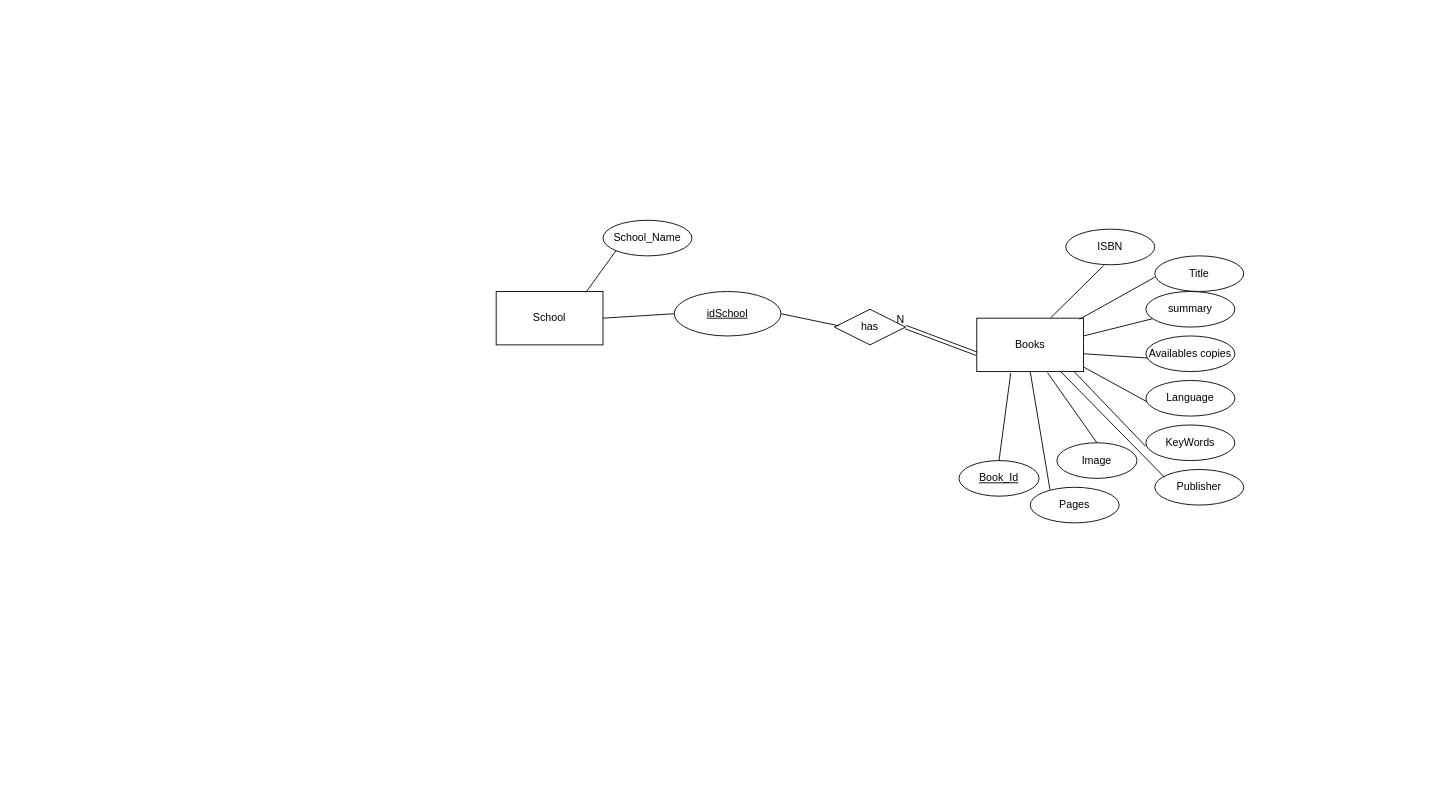
Above: Diagrams/ER.drawio in epadouros024/Database-Project-2023 (draw.io), before the change. Source tidied: cells renumbered, new cells numbered last; positions are measured from the earlier drawing's top-left corner, leaving out a move shared by most shapes. Both pictures are drawn from the tidied source at 89%, with x=0, y=0 at pixel (496, 220).
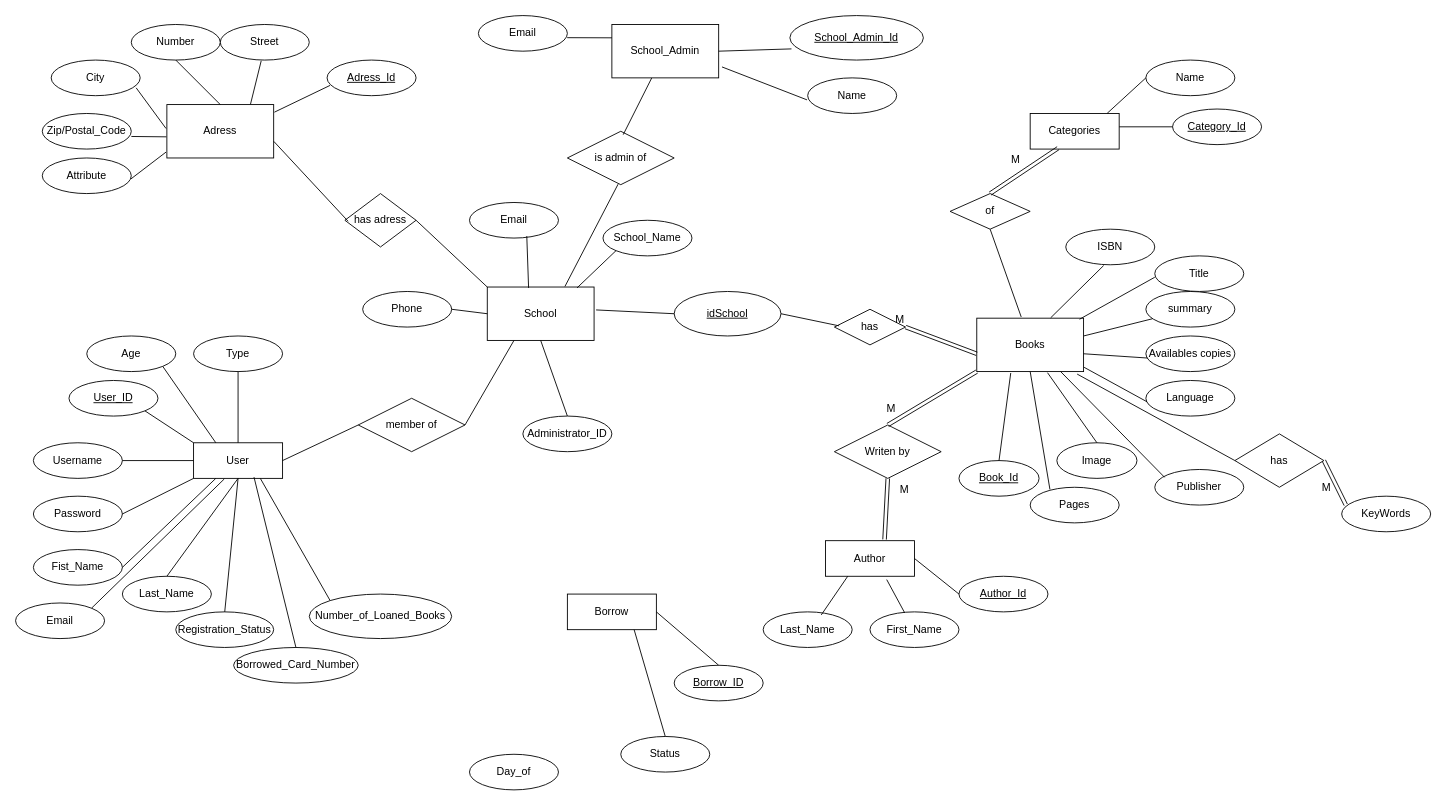
The same page after the edit.

Unchanged cells that the change refers to:
```xml
<mxCell id="3" value="Books" style="rounded=0;whiteSpace=wrap;html=1;" parent="1" vertex="1">
  <mxGeometry x="540" y="110" width="120" height="60" as="geometry" />
</mxCell>
<mxCell id="24" value="&lt;u&gt;idSchool&lt;/u&gt;" style="ellipse;whiteSpace=wrap;html=1;" parent="1" vertex="1">
  <mxGeometry x="200" y="80" width="120" height="50" as="geometry" />
</mxCell>
<mxCell id="27" style="shape=link;html=1;rounded=0;entryX=1;entryY=0.5;entryDx=0;entryDy=0;exitX=0;exitY=0.667;exitDx=0;exitDy=0;exitPerimeter=0;" parent="1" edge="1" source="3" target="26">
  <mxGeometry relative="1" as="geometry" />
</mxCell>
```

What changed in the source:
```diff
@@
     <mxCell id="9" value="KeyWords" style="ellipse;whiteSpace=wrap;html=1;" parent="1" vertex="1">
-      <mxGeometry x="730" y="230" width="100" height="40" as="geometry" />
+      <mxGeometry x="950" y="310" width="100" height="40" as="geometry" />
     </mxCell>
-    <mxCell id="10" style="endArrow=none;html=1;rounded=0;entryX=-0.002;entryY=0.6;entryDx=0;entryDy=0;entryPerimeter=0;exitX=0.908;exitY=0.993;exitDx=0;exitDy=0;exitPerimeter=0;" parent="1" edge="1" source="3" target="9">
-      <mxGeometry relative="1" as="geometry" />
-    </mxCell>
@@
     <mxCell id="23" value="School" style="rounded=0;whiteSpace=wrap;html=1;" parent="1" vertex="1">
-      <mxGeometry y="80" width="120" height="60" as="geometry" />
+      <mxGeometry x="-10" y="75" width="120" height="60" as="geometry" />
     </mxCell>
@@
-    <mxCell id="25" style="endArrow=none;html=1;rounded=0;entryX=0;entryY=0.5;entryDx=0;entryDy=0;" parent="1" edge="1" target="24">
-      <mxGeometry relative="1" as="geometry">
-        <mxPoint x="120" y="110" as="sourcePoint" />
-      </mxGeometry>
+    <mxCell id="25" style="endArrow=none;html=1;rounded=0;entryX=0;entryY=0.5;entryDx=0;entryDy=0;exitX=1.019;exitY=0.429;exitDx=0;exitDy=0;exitPerimeter=0;" parent="1" edge="1" source="23" target="24">
+      <mxGeometry relative="1" as="geometry" />
     </mxCell>
@@
-    <mxCell id="28" value="N" style="html=1;whiteSpace=wrap;align=right;verticalAlign=bottom;" parent="27" vertex="1">
+    <mxCell id="28" value="M" style="html=1;whiteSpace=wrap;align=right;verticalAlign=bottom;" parent="27" vertex="1">
       <mxGeometry x="1" relative="1" as="geometry" />
     </mxCell>
@@
+    <mxCell id="32" value="Phone" style="ellipse;whiteSpace=wrap;html=1;align=center;" parent="1" vertex="1">
+      <mxGeometry x="-150" y="80" width="100" height="40" as="geometry" />
+    </mxCell>
+    <mxCell id="33" style="endArrow=none;html=1;rounded=0;entryX=1;entryY=0.5;entryDx=0;entryDy=0;exitX=0;exitY=0.5;exitDx=0;exitDy=0;" parent="1" edge="1" source="23" target="32">
+      <mxGeometry relative="1" as="geometry" />
+    </mxCell>
+    <mxCell id="34" value="Email" style="ellipse;whiteSpace=wrap;html=1;align=center;" parent="1" vertex="1">
+      <mxGeometry x="-30" y="-20" width="100" height="40" as="geometry" />
+    </mxCell>
+    <mxCell id="35" style="endArrow=none;html=1;rounded=0;entryX=0.644;entryY=0.945;entryDx=0;entryDy=0;entryPerimeter=0;exitX=0.387;exitY=0.017;exitDx=0;exitDy=0;exitPerimeter=0;" parent="1" edge="1" source="23" target="34">
+      <mxGeometry relative="1" as="geometry" />
+    </mxCell>
+    <mxCell id="36" style="endArrow=none;html=1;rounded=0;entryX=0.5;entryY=1;entryDx=0;entryDy=0;exitX=0.5;exitY=0;exitDx=0;exitDy=0;" parent="1" edge="1" source="37" target="23">
+      <mxGeometry relative="1" as="geometry" />
+    </mxCell>
+    <mxCell id="37" value="Administrator_ID" style="ellipse;whiteSpace=wrap;html=1;align=center;" parent="1" vertex="1">
+      <mxGeometry x="30" y="220" width="100" height="40" as="geometry" />
+    </mxCell>
+    <mxCell id="38" value="Adress" style="rounded=0;whiteSpace=wrap;html=1;" parent="1" vertex="1">
+      <mxGeometry x="-370" y="-130" width="120" height="60" as="geometry" />
+    </mxCell>
+    <mxCell id="39" value="has adress" style="rhombus;whiteSpace=wrap;html=1;" parent="1" vertex="1">
+      <mxGeometry x="-170" y="-30" width="80" height="60" as="geometry" />
+    </mxCell>
+    <mxCell id="40" style="endArrow=none;html=1;rounded=0;entryX=0;entryY=0;entryDx=0;entryDy=0;exitX=1;exitY=0.5;exitDx=0;exitDy=0;" parent="1" edge="1" source="39" target="23">
+      <mxGeometry relative="1" as="geometry" />
+    </mxCell>
+    <mxCell id="41" style="endArrow=none;html=1;rounded=0;entryX=0.045;entryY=0.518;entryDx=0;entryDy=0;entryPerimeter=0;exitX=1.001;exitY=0.689;exitDx=0;exitDy=0;exitPerimeter=0;" parent="1" edge="1" source="38" target="39">
+      <mxGeometry relative="1" as="geometry" />
+    </mxCell>
+    <mxCell id="42" value="Adress_Id" style="ellipse;whiteSpace=wrap;html=1;align=center;fontStyle=4;" parent="1" vertex="1">
+      <mxGeometry x="-190" y="-180" width="100" height="40" as="geometry" />
+    </mxCell>
+    <mxCell id="43" style="endArrow=none;html=1;rounded=0;entryX=0.033;entryY=0.712;entryDx=0;entryDy=0;entryPerimeter=0;exitX=1.007;exitY=0.142;exitDx=0;exitDy=0;exitPerimeter=0;" parent="1" edge="1" source="38" target="42">
+      <mxGeometry relative="1" as="geometry" />
+    </mxCell>
+    <mxCell id="44" value="Street" style="ellipse;whiteSpace=wrap;html=1;align=center;" parent="1" vertex="1">
+      <mxGeometry x="-310" y="-220" width="100" height="40" as="geometry" />
+    </mxCell>
+    <mxCell id="45" style="endArrow=none;html=1;rounded=0;entryX=0.46;entryY=1.02;entryDx=0;entryDy=0;entryPerimeter=0;exitX=0.783;exitY=-0.007;exitDx=0;exitDy=0;exitPerimeter=0;" parent="1" edge="1" source="38" target="44">
+      <mxGeometry relative="1" as="geometry" />
+    </mxCell>
+    <mxCell id="46" value="Number" style="ellipse;whiteSpace=wrap;html=1;align=center;" parent="1" vertex="1">
+      <mxGeometry x="-410" y="-220" width="100" height="40" as="geometry" />
+    </mxCell>
+    <mxCell id="47" style="endArrow=none;html=1;rounded=0;exitX=1.001;exitY=0.646;exitDx=0;exitDy=0;exitPerimeter=0;entryX=-0.004;entryY=0.604;entryDx=0;entryDy=0;entryPerimeter=0;" parent="1" edge="1" source="51" target="38">
+      <mxGeometry relative="1" as="geometry" />
+    </mxCell>
+    <mxCell id="48" style="endArrow=none;html=1;rounded=0;entryX=0.5;entryY=1;entryDx=0;entryDy=0;exitX=0.5;exitY=0;exitDx=0;exitDy=0;" parent="1" edge="1" source="38" target="46">
+      <mxGeometry relative="1" as="geometry" />
+    </mxCell>
+    <mxCell id="49" value="City" style="ellipse;whiteSpace=wrap;html=1;align=center;" parent="1" vertex="1">
+      <mxGeometry x="-500" y="-180" width="100" height="40" as="geometry" />
+    </mxCell>
+    <mxCell id="50" style="endArrow=none;html=1;rounded=0;entryX=-0.008;entryY=0.448;entryDx=0;entryDy=0;entryPerimeter=0;exitX=0.955;exitY=0.78;exitDx=0;exitDy=0;exitPerimeter=0;" parent="1" edge="1" source="49" target="38">
+      <mxGeometry relative="1" as="geometry" />
+    </mxCell>
+    <mxCell id="51" value="Zip/Postal_Code" style="ellipse;whiteSpace=wrap;html=1;align=center;" parent="1" vertex="1">
+      <mxGeometry x="-510" y="-120" width="100" height="40" as="geometry" />
+    </mxCell>
+    <mxCell id="52" value="Attribute" style="ellipse;whiteSpace=wrap;html=1;align=center;" parent="1" vertex="1">
+      <mxGeometry x="-510" y="-70" width="100" height="40" as="geometry" />
+    </mxCell>
+    <mxCell id="53" style="endArrow=none;html=1;rounded=0;exitX=0.997;exitY=0.587;exitDx=0;exitDy=0;exitPerimeter=0;entryX=-0.008;entryY=0.89;entryDx=0;entryDy=0;entryPerimeter=0;" parent="1" edge="1" source="52" target="38">
+      <mxGeometry relative="1" as="geometry" />
+    </mxCell>
+    <mxCell id="54" value="School_Admin" style="rounded=0;whiteSpace=wrap;html=1;" parent="1" vertex="1">
+      <mxGeometry x="130" y="-220" width="120" height="60" as="geometry" />
+    </mxCell>
+    <mxCell id="55" value="School_Admin_Id" style="ellipse;whiteSpace=wrap;html=1;align=center;fontStyle=4;" parent="1" vertex="1">
+      <mxGeometry x="330" y="-230" width="150" height="50" as="geometry" />
+    </mxCell>
+    <mxCell id="56" style="endArrow=none;html=1;rounded=0;entryX=0.012;entryY=0.749;entryDx=0;entryDy=0;entryPerimeter=0;exitX=1;exitY=0.5;exitDx=0;exitDy=0;" parent="1" edge="1" source="54" target="55">
+      <mxGeometry relative="1" as="geometry" />
+    </mxCell>
+    <mxCell id="57" value="Name" style="ellipse;whiteSpace=wrap;html=1;align=center;" parent="1" vertex="1">
+      <mxGeometry x="350" y="-160" width="100" height="40" as="geometry" />
+    </mxCell>
+    <mxCell id="58" value="Email" style="ellipse;whiteSpace=wrap;html=1;align=center;" parent="1" vertex="1">
+      <mxGeometry x="-20" y="-230" width="100" height="40" as="geometry" />
+    </mxCell>
+    <mxCell id="59" style="endArrow=none;html=1;rounded=0;exitX=0.998;exitY=0.621;exitDx=0;exitDy=0;exitPerimeter=0;entryX=0;entryY=0.25;entryDx=0;entryDy=0;" parent="1" edge="1" source="58" target="54">
+      <mxGeometry relative="1" as="geometry" />
+    </mxCell>
+    <mxCell id="60" style="endArrow=none;html=1;rounded=0;entryX=-0.007;entryY=0.618;entryDx=0;entryDy=0;entryPerimeter=0;exitX=1.031;exitY=0.795;exitDx=0;exitDy=0;exitPerimeter=0;" parent="1" edge="1" source="54" target="57">
+      <mxGeometry relative="1" as="geometry" />
+    </mxCell>
+    <mxCell id="61" value="is admin of" style="shape=rhombus;perimeter=rhombusPerimeter;whiteSpace=wrap;html=1;align=center;" parent="1" vertex="1">
+      <mxGeometry x="80" y="-100" width="120" height="60" as="geometry" />
+    </mxCell>
+    <mxCell id="62" style="endArrow=none;html=1;rounded=0;entryX=0.373;entryY=1.002;entryDx=0;entryDy=0;entryPerimeter=0;exitX=0.523;exitY=0.063;exitDx=0;exitDy=0;exitPerimeter=0;" parent="1" edge="1" source="61" target="54">
+      <mxGeometry relative="1" as="geometry" />
+    </mxCell>
+    <mxCell id="63" style="endArrow=none;html=1;rounded=0;entryX=0.727;entryY=-0.01;entryDx=0;entryDy=0;entryPerimeter=0;exitX=0.475;exitY=0.99;exitDx=0;exitDy=0;exitPerimeter=0;" parent="1" edge="1" source="61" target="23">
+      <mxGeometry relative="1" as="geometry" />
+    </mxCell>
+    <mxCell id="64" value="Author" style="whiteSpace=wrap;html=1;align=center;" parent="1" vertex="1">
+      <mxGeometry x="370" y="360" width="100" height="40" as="geometry" />
+    </mxCell>
+    <mxCell id="65" value="Author_Id" style="ellipse;whiteSpace=wrap;html=1;align=center;fontStyle=4;" parent="1" vertex="1">
+      <mxGeometry x="520" y="400" width="100" height="40" as="geometry" />
+    </mxCell>
+    <mxCell id="66" style="endArrow=none;html=1;rounded=0;exitX=1;exitY=0.5;exitDx=0;exitDy=0;entryX=0;entryY=0.5;entryDx=0;entryDy=0;" parent="1" edge="1" source="64" target="65">
+      <mxGeometry relative="1" as="geometry" />
+    </mxCell>
+    <mxCell id="67" value="Writen by" style="shape=rhombus;perimeter=rhombusPerimeter;whiteSpace=wrap;html=1;align=center;" parent="1" vertex="1">
+      <mxGeometry x="380" y="230" width="120" height="60" as="geometry" />
+    </mxCell>
+    <mxCell id="68" style="shape=link;html=1;rounded=0;entryX=0.5;entryY=0;entryDx=0;entryDy=0;exitX=0;exitY=1;exitDx=0;exitDy=0;" parent="1" edge="1" source="3" target="67">
+      <mxGeometry relative="1" as="geometry" />
+    </mxCell>
+    <mxCell id="69" value="M" style="html=1;whiteSpace=wrap;align=right;verticalAlign=bottom;" parent="68" vertex="1">
+      <mxGeometry x="1" relative="1" as="geometry">
+        <mxPoint x="10" y="-10" as="offset" />
+      </mxGeometry>
+    </mxCell>
+    <mxCell id="70" style="shape=link;html=1;rounded=0;entryX=0.5;entryY=1;entryDx=0;entryDy=0;exitX=0.664;exitY=-0.033;exitDx=0;exitDy=0;exitPerimeter=0;" parent="1" edge="1" source="64" target="67">
+      <mxGeometry relative="1" as="geometry" />
+    </mxCell>
+    <mxCell id="71" value="M" style="html=1;whiteSpace=wrap;align=right;verticalAlign=bottom;" parent="70" vertex="1">
+      <mxGeometry x="1" relative="1" as="geometry">
+        <mxPoint x="25" y="21" as="offset" />
+      </mxGeometry>
+    </mxCell>
+    <mxCell id="72" value="First_Name" style="ellipse;whiteSpace=wrap;html=1;align=center;" parent="1" vertex="1">
+      <mxGeometry x="420" y="440" width="100" height="40" as="geometry" />
+    </mxCell>
+    <mxCell id="73" style="endArrow=none;html=1;rounded=0;entryX=0.39;entryY=0.026;entryDx=0;entryDy=0;entryPerimeter=0;exitX=0.688;exitY=1.093;exitDx=0;exitDy=0;exitPerimeter=0;" parent="1" edge="1" source="64" target="72">
+      <mxGeometry relative="1" as="geometry" />
+    </mxCell>
+    <mxCell id="74" value="Last_Name" style="ellipse;whiteSpace=wrap;html=1;align=center;" parent="1" vertex="1">
+      <mxGeometry x="300" y="440" width="100" height="40" as="geometry" />
+    </mxCell>
+    <mxCell id="75" style="endArrow=none;html=1;rounded=0;entryX=0.25;entryY=1;entryDx=0;entryDy=0;exitX=0.653;exitY=0.085;exitDx=0;exitDy=0;exitPerimeter=0;" parent="1" edge="1" source="74" target="64">
+      <mxGeometry relative="1" as="geometry" />
+    </mxCell>
+    <mxCell id="76" value="Categories" style="whiteSpace=wrap;html=1;align=center;" parent="1" vertex="1">
+      <mxGeometry x="600" y="-120" width="100" height="40" as="geometry" />
+    </mxCell>
+    <mxCell id="77" value="&lt;u&gt;Category_Id&lt;/u&gt;" style="ellipse;whiteSpace=wrap;html=1;align=center;" parent="1" vertex="1">
+      <mxGeometry x="760" y="-125" width="100" height="40" as="geometry" />
+    </mxCell>
+    <mxCell id="78" style="line;strokeWidth=1;dashed=0;labelPosition=right;align=left;verticalAlign=middle;spacingTop=0;spacingLeft=6;" parent="1" vertex="1">
+      <mxGeometry x="700" y="-110" width="60" height="10" as="geometry" />
+    </mxCell>
+    <mxCell id="79" value="Name" style="ellipse;whiteSpace=wrap;html=1;align=center;" parent="1" vertex="1">
+      <mxGeometry x="730" y="-180" width="100" height="40" as="geometry" />
+    </mxCell>
+    <mxCell id="80" style="endArrow=none;html=1;rounded=0;entryX=0;entryY=0.5;entryDx=0;entryDy=0;exitX=0.865;exitY=-0.004;exitDx=0;exitDy=0;exitPerimeter=0;" parent="1" edge="1" source="76" target="79">
+      <mxGeometry relative="1" as="geometry" />
+    </mxCell>
+    <mxCell id="81" style="endArrow=none;html=1;rounded=0;entryX=0.416;entryY=-0.023;entryDx=0;entryDy=0;entryPerimeter=0;exitX=0.5;exitY=1;exitDx=0;exitDy=0;" parent="1" edge="1" source="82" target="3">
+      <mxGeometry relative="1" as="geometry" />
+    </mxCell>
+    <mxCell id="82" value="of" style="shape=rhombus;perimeter=rhombusPerimeter;whiteSpace=wrap;html=1;align=center;" parent="1" vertex="1">
+      <mxGeometry x="510" y="-30" width="90" height="40" as="geometry" />
+    </mxCell>
+    <mxCell id="83" style="shape=link;html=1;rounded=0;entryX=0.314;entryY=0.974;entryDx=0;entryDy=0;entryPerimeter=0;exitX=0.5;exitY=0;exitDx=0;exitDy=0;" parent="1" edge="1" source="82" target="76">
+      <mxGeometry relative="1" as="geometry" />
+    </mxCell>
+    <mxCell id="84" value="M" style="html=1;whiteSpace=wrap;align=right;verticalAlign=bottom;" parent="83" vertex="1">
+      <mxGeometry x="1" relative="1" as="geometry">
+        <mxPoint x="-41" y="21" as="offset" />
+      </mxGeometry>
+    </mxCell>
+    <mxCell id="85" style="endArrow=none;html=1;rounded=0;exitX=0.94;exitY=1.047;exitDx=0;exitDy=0;exitPerimeter=0;entryX=0;entryY=0.5;entryDx=0;entryDy=0;" parent="1" edge="1" source="3" target="86">
+      <mxGeometry relative="1" as="geometry" />
+    </mxCell>
+    <mxCell id="86" value="has" style="shape=rhombus;perimeter=rhombusPerimeter;whiteSpace=wrap;html=1;align=center;" parent="1" vertex="1">
+      <mxGeometry x="830" y="240" width="100" height="60" as="geometry" />
+    </mxCell>
+    <mxCell id="87" style="shape=link;html=1;rounded=0;exitX=1;exitY=0.5;exitDx=0;exitDy=0;entryX=0.046;entryY=0.243;entryDx=0;entryDy=0;entryPerimeter=0;" parent="1" edge="1" source="86" target="9">
+      <mxGeometry relative="1" as="geometry" />
+    </mxCell>
+    <mxCell id="88" value="M" style="html=1;whiteSpace=wrap;align=right;verticalAlign=bottom;" parent="87" vertex="1">
+      <mxGeometry x="1" relative="1" as="geometry">
+        <mxPoint x="-15" y="-10" as="offset" />
+      </mxGeometry>
+    </mxCell>
+    <mxCell id="89" value="User" style="whiteSpace=wrap;html=1;align=center;" parent="1" vertex="1">
+      <mxGeometry x="-340" y="250" width="100" height="40" as="geometry" />
+    </mxCell>
+    <mxCell id="90" value="User_ID" style="ellipse;whiteSpace=wrap;html=1;align=center;fontStyle=4;" parent="1" vertex="1">
+      <mxGeometry x="-480" y="180" width="100" height="40" as="geometry" />
+    </mxCell>
+    <mxCell id="91" style="endArrow=none;html=1;rounded=0;entryX=0;entryY=0;entryDx=0;entryDy=0;exitX=1;exitY=1;exitDx=0;exitDy=0;" parent="1" edge="1" source="90" target="89">
+      <mxGeometry relative="1" as="geometry" />
+    </mxCell>
+    <mxCell id="92" value="Username" style="ellipse;whiteSpace=wrap;html=1;align=center;" parent="1" vertex="1">
+      <mxGeometry x="-520" y="250" width="100" height="40" as="geometry" />
+    </mxCell>
+    <mxCell id="93" style="endArrow=none;html=1;rounded=0;exitX=1;exitY=0.5;exitDx=0;exitDy=0;entryX=0;entryY=0.5;entryDx=0;entryDy=0;" parent="1" edge="1" source="92" target="89">
+      <mxGeometry relative="1" as="geometry" />
+    </mxCell>
+    <mxCell id="94" value="Password" style="ellipse;whiteSpace=wrap;html=1;align=center;" parent="1" vertex="1">
+      <mxGeometry x="-520" y="310" width="100" height="40" as="geometry" />
+    </mxCell>
+    <mxCell id="95" style="endArrow=none;html=1;rounded=0;exitX=1;exitY=0.5;exitDx=0;exitDy=0;entryX=0;entryY=1;entryDx=0;entryDy=0;" parent="1" edge="1" source="94" target="89">
+      <mxGeometry relative="1" as="geometry" />
+    </mxCell>
+    <mxCell id="96" value="Fist_Name" style="ellipse;whiteSpace=wrap;html=1;align=center;" parent="1" vertex="1">
+      <mxGeometry x="-520" y="370" width="100" height="40" as="geometry" />
+    </mxCell>
+    <mxCell id="97" value="Last_Name" style="ellipse;whiteSpace=wrap;html=1;align=center;" parent="1" vertex="1">
+      <mxGeometry x="-420" y="400" width="100" height="40" as="geometry" />
+    </mxCell>
+    <mxCell id="98" style="endArrow=none;html=1;rounded=0;exitX=1;exitY=0.5;exitDx=0;exitDy=0;entryX=0.25;entryY=1;entryDx=0;entryDy=0;" parent="1" edge="1" source="96" target="89">
+      <mxGeometry relative="1" as="geometry" />
+    </mxCell>
+    <mxCell id="99" style="endArrow=none;html=1;rounded=0;exitX=0.5;exitY=0;exitDx=0;exitDy=0;entryX=0.5;entryY=1;entryDx=0;entryDy=0;" parent="1" edge="1" source="97" target="89">
+      <mxGeometry relative="1" as="geometry" />
+    </mxCell>
+    <mxCell id="100" value="Age" style="ellipse;whiteSpace=wrap;html=1;align=center;" parent="1" vertex="1">
+      <mxGeometry x="-460" y="130" width="100" height="40" as="geometry" />
+    </mxCell>
+    <mxCell id="101" style="endArrow=none;html=1;rounded=0;exitX=0.25;exitY=0;exitDx=0;exitDy=0;entryX=1;entryY=1;entryDx=0;entryDy=0;" parent="1" edge="1" source="89" target="100">
+      <mxGeometry relative="1" as="geometry" />
+    </mxCell>
+    <mxCell id="102" value="Email" style="ellipse;whiteSpace=wrap;html=1;align=center;" parent="1" vertex="1">
+      <mxGeometry x="-540" y="430" width="100" height="40" as="geometry" />
+    </mxCell>
+    <mxCell id="103" style="endArrow=none;html=1;rounded=0;exitX=1;exitY=0;exitDx=0;exitDy=0;entryX=0.345;entryY=1.017;entryDx=0;entryDy=0;entryPerimeter=0;" parent="1" edge="1" source="102" target="89">
+      <mxGeometry relative="1" as="geometry" />
+    </mxCell>
+    <mxCell id="104" value="Registration_Status" style="ellipse;whiteSpace=wrap;html=1;align=center;" parent="1" vertex="1">
+      <mxGeometry x="-360" y="440" width="110" height="40" as="geometry" />
+    </mxCell>
+    <mxCell id="105" style="endArrow=none;html=1;rounded=0;exitX=0.5;exitY=0;exitDx=0;exitDy=0;entryX=0.5;entryY=1;entryDx=0;entryDy=0;" parent="1" edge="1" source="104" target="89">
+      <mxGeometry relative="1" as="geometry" />
+    </mxCell>
+    <mxCell id="106" value="Borrowed_Card_Number" style="ellipse;whiteSpace=wrap;html=1;align=center;" parent="1" vertex="1">
+      <mxGeometry x="-295" y="480" width="140" height="40" as="geometry" />
+    </mxCell>
+    <mxCell id="107" style="endArrow=none;html=1;rounded=0;exitX=0.679;exitY=0.965;exitDx=0;exitDy=0;exitPerimeter=0;entryX=0.5;entryY=0;entryDx=0;entryDy=0;" parent="1" edge="1" source="89" target="106">
+      <mxGeometry relative="1" as="geometry" />
+    </mxCell>
+    <mxCell id="108" style="endArrow=none;html=1;rounded=0;exitX=0;exitY=0;exitDx=0;exitDy=0;entryX=0.75;entryY=1;entryDx=0;entryDy=0;" parent="1" edge="1" source="109" target="89">
+      <mxGeometry relative="1" as="geometry" />
+    </mxCell>
+    <mxCell id="109" value="Number_of_Loaned_Books" style="ellipse;whiteSpace=wrap;html=1;align=center;" parent="1" vertex="1">
+      <mxGeometry x="-210" y="420" width="160" height="50" as="geometry" />
+    </mxCell>
+    <mxCell id="110" value="Type" style="ellipse;whiteSpace=wrap;html=1;align=center;" parent="1" vertex="1">
+      <mxGeometry x="-340" y="130" width="100" height="40" as="geometry" />
+    </mxCell>
+    <mxCell id="111" style="endArrow=none;html=1;rounded=0;exitX=0.5;exitY=1;exitDx=0;exitDy=0;entryX=0.5;entryY=0;entryDx=0;entryDy=0;" parent="1" edge="1" source="110" target="89">
+      <mxGeometry relative="1" as="geometry" />
+    </mxCell>
+    <mxCell id="112" value="member of" style="shape=rhombus;perimeter=rhombusPerimeter;whiteSpace=wrap;html=1;align=center;" parent="1" vertex="1">
+      <mxGeometry x="-155" y="200" width="120" height="60" as="geometry" />
+    </mxCell>
+    <mxCell id="113" style="endArrow=none;html=1;rounded=0;exitX=1;exitY=0.5;exitDx=0;exitDy=0;entryX=0;entryY=0.5;entryDx=0;entryDy=0;" parent="1" edge="1" source="89" target="112">
+      <mxGeometry relative="1" as="geometry" />
+    </mxCell>
+    <mxCell id="114" style="endArrow=none;html=1;rounded=0;exitX=1;exitY=0.5;exitDx=0;exitDy=0;entryX=0.25;entryY=1;entryDx=0;entryDy=0;" parent="1" edge="1" source="112" target="23">
+      <mxGeometry relative="1" as="geometry" />
+    </mxCell>
+    <mxCell id="115" value="Borrow" style="whiteSpace=wrap;html=1;align=center;" parent="1" vertex="1">
+      <mxGeometry x="80" y="420" width="100" height="40" as="geometry" />
+    </mxCell>
+    <mxCell id="116" value="Borrow_ID" style="ellipse;whiteSpace=wrap;html=1;align=center;fontStyle=4;" parent="1" vertex="1">
+      <mxGeometry x="200" y="500" width="100" height="40" as="geometry" />
+    </mxCell>
+    <mxCell id="117" style="endArrow=none;html=1;rounded=0;entryX=0.5;entryY=0;entryDx=0;entryDy=0;exitX=1;exitY=0.5;exitDx=0;exitDy=0;" parent="1" edge="1" source="115" target="116">
+      <mxGeometry relative="1" as="geometry" />
+    </mxCell>
+    <mxCell id="118" value="Status" style="ellipse;whiteSpace=wrap;html=1;align=center;" parent="1" vertex="1">
+      <mxGeometry x="140" y="580" width="100" height="40" as="geometry" />
+    </mxCell>
+    <mxCell id="119" style="endArrow=none;html=1;rounded=0;entryX=0.5;entryY=0;entryDx=0;entryDy=0;exitX=0.75;exitY=1;exitDx=0;exitDy=0;" parent="1" edge="1" source="115" target="118">
+      <mxGeometry relative="1" as="geometry" />
+    </mxCell>
+    <mxCell id="120" value="Day_of" style="ellipse;whiteSpace=wrap;html=1;align=center;" parent="1" vertex="1">
+      <mxGeometry x="-30" y="600" width="100" height="40" as="geometry" />
+    </mxCell>
```
